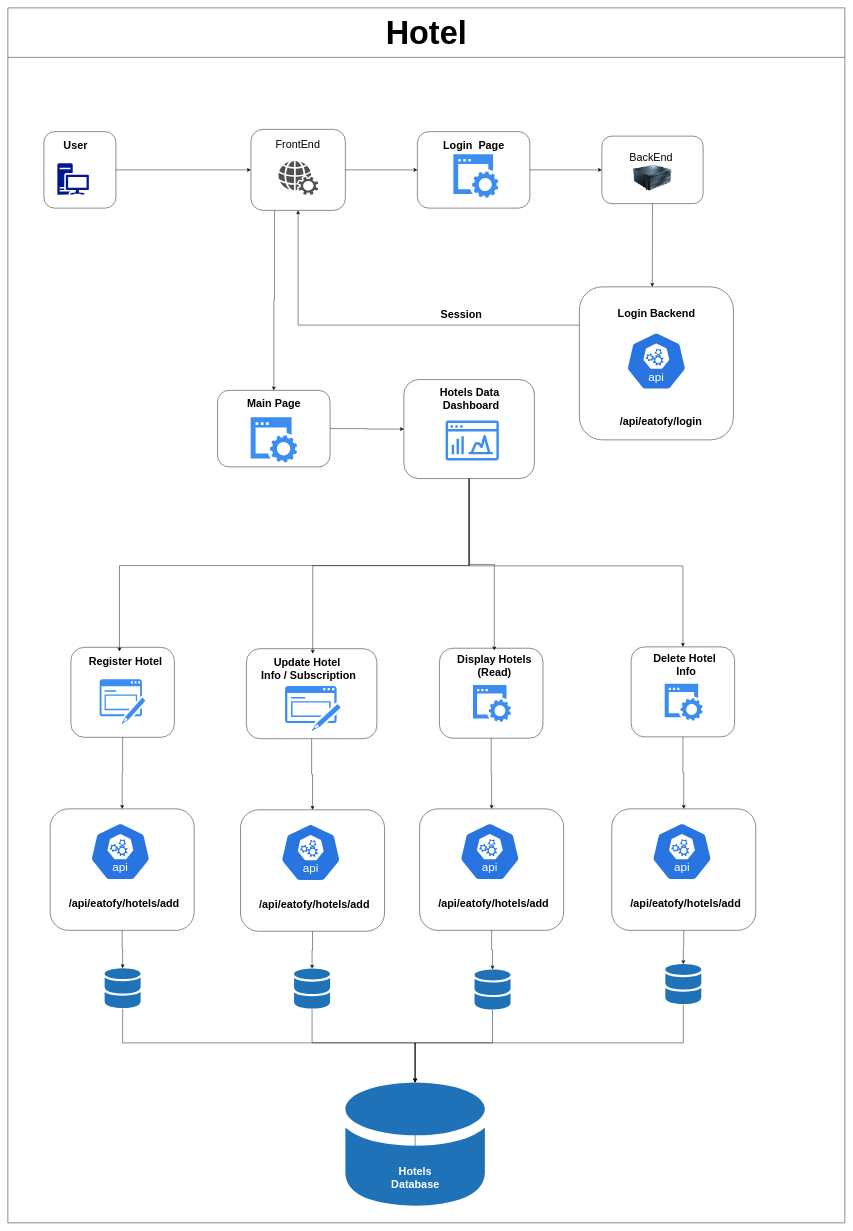
Above: page "Hotels" (2 of 3) of eatofy.drawio in appnichetechnologies/Eatofy-System-Design (draw.io), before the change. Source tidied: cells renumbered, new cells numbered last; positions are measured from the earlier drawing's top-left corner, leaving out a move shared by most shapes. Both pictures are drawn from the tidied source at 45%, with x=0, y=0 at pixel (8, 8).
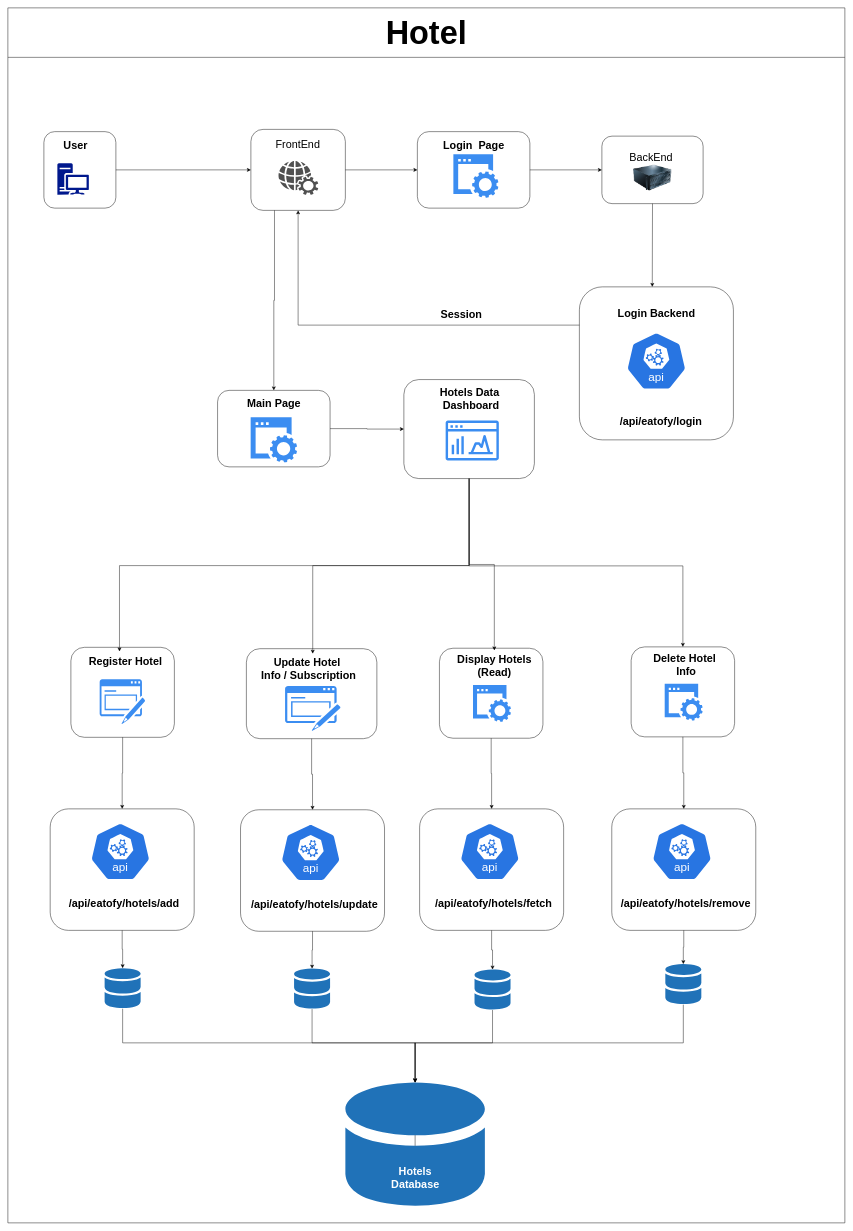
After the change.

Unchanged cells that the change refers to:
```xml
<mxCell id="74" style="group;" parent="1" vertex="1">
  <mxGeometry x="517" y="1782" width="359" height="270" as="geometry" />
</mxCell>
<mxCell id="78" style="group;" parent="1" vertex="1">
  <mxGeometry x="915" y="1780" width="320" height="270" as="geometry" />
</mxCell>
```

The edit, as a diff of the source:
```diff
@@
-    <mxCell id="77" value="&lt;font style=&quot;font-size: 24px;&quot;&gt;&lt;b&gt;&lt;font&gt;/api/eatofy/hotels/add&lt;/font&gt;&lt;/b&gt;&lt;/font&gt;" style="text;html=1;align=center;verticalAlign=middle;strokeColor=none;fillColor=none;" parent="74" vertex="1">
-      <mxGeometry x="19" y="190" width="290" height="40" as="geometry" />
+    <mxCell id="77" value="&lt;font style=&quot;font-size: 24px;&quot;&gt;&lt;b&gt;&lt;font&gt;/api/eatofy/hotels/update&lt;/font&gt;&lt;/b&gt;&lt;/font&gt;" style="text;html=1;align=center;verticalAlign=middle;strokeColor=none;fillColor=none;" parent="74" vertex="1">
+      <mxGeometry x="4" y="190" width="320" height="40" as="geometry" />
     </mxCell>
@@
-    <mxCell id="81" value="&lt;font style=&quot;font-size: 24px;&quot;&gt;&lt;b&gt;&lt;font&gt;/api/eatofy/hotels/add&lt;/font&gt;&lt;/b&gt;&lt;/font&gt;" style="text;html=1;align=center;verticalAlign=middle;strokeColor=none;fillColor=none;" parent="78" vertex="1">
-      <mxGeometry x="19" y="190" width="290" height="40" as="geometry" />
+    <mxCell id="81" value="&lt;font style=&quot;font-size: 24px;&quot;&gt;&lt;b&gt;&lt;font&gt;/api/eatofy/hotels/fetch&lt;/font&gt;&lt;/b&gt;&lt;/font&gt;" style="text;html=1;align=center;verticalAlign=middle;strokeColor=none;fillColor=none;" parent="78" vertex="1">
+      <mxGeometry x="14" y="190" width="300" height="40" as="geometry" />
     </mxCell>
     <mxCell id="82" style="group;" parent="1" vertex="1">
-      <mxGeometry x="1342" y="1780" width="320" height="270" as="geometry" />
+      <mxGeometry x="1342" y="1780" width="329" height="270" as="geometry" />
     </mxCell>
@@
-    <mxCell id="85" value="&lt;font style=&quot;font-size: 24px;&quot;&gt;&lt;b&gt;&lt;font&gt;/api/eatofy/hotels/add&lt;/font&gt;&lt;/b&gt;&lt;/font&gt;" style="text;html=1;align=center;verticalAlign=middle;strokeColor=none;fillColor=none;" parent="82" vertex="1">
-      <mxGeometry x="19" y="190" width="290" height="40" as="geometry" />
+    <mxCell id="85" value="&lt;font style=&quot;font-size: 24px;&quot;&gt;&lt;b&gt;&lt;font&gt;/api/eatofy/hotels/remove&lt;/font&gt;&lt;/b&gt;&lt;/font&gt;" style="text;html=1;align=center;verticalAlign=middle;strokeColor=none;fillColor=none;" parent="82" vertex="1">
+      <mxGeometry x="-1" y="190" width="330" height="40" as="geometry" />
     </mxCell>
```
